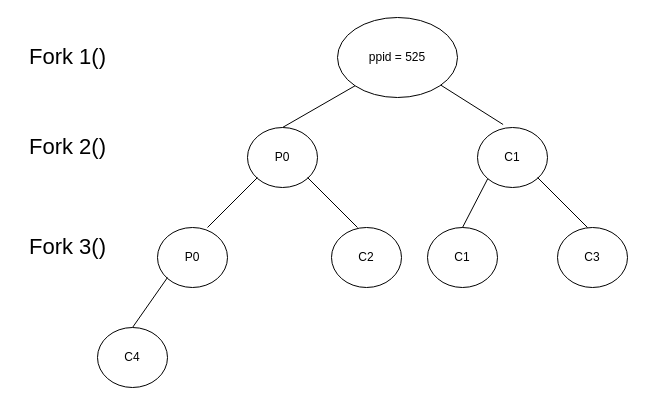
Before: process tree.drawio in AhmedElamari/Software-design-saved, a draw.io diagram. Source tidied: cells renumbered, new cells numbered last; positions are measured from the earlier drawing's top-left corner, leaving out a move shared by most shapes. Both pictures are drawn from the tidied source at 100%, with x=0, y=0 at pixel (17, 17).
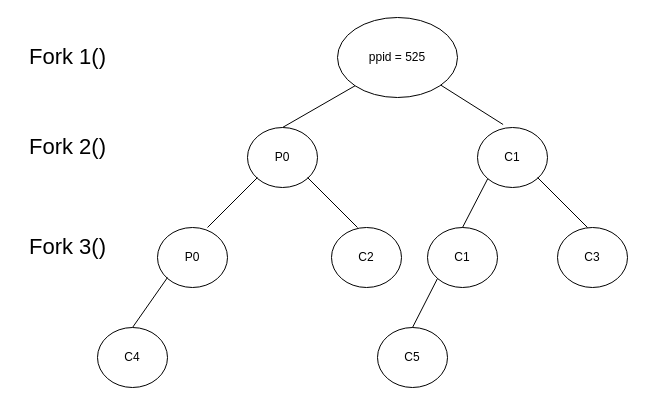
The same page after the edit.

Change to the diagram source:
```diff
@@
+    <mxCell id="20" value="C5" style="ellipse;whiteSpace=wrap;html=1;" parent="1" vertex="1">
+      <mxGeometry x="360" y="310" width="70" height="60" as="geometry" />
+    </mxCell>
+    <mxCell id="21" style="endArrow=none;html=1;rounded=0;entryX=0;entryY=1;entryDx=0;entryDy=0;exitX=0.5;exitY=0;exitDx=0;exitDy=0;" parent="1" edge="1" source="20">
+      <mxGeometry relative="1" as="geometry">
+        <mxPoint x="420" y="261" as="targetPoint" />
+      </mxGeometry>
+    </mxCell>
```
